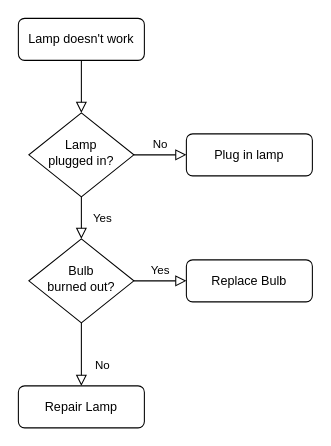
Earlier version of the draw.io diagram Untitled Diagram.drawio (Bright-Hsu/learn). Source tidied: cells renumbered, new cells numbered last; positions are measured from the earlier drawing's top-left corner, leaving out a move shared by most shapes. Both pictures are drawn from the tidied source at 105%, with x=0, y=0 at pixel (18, 18).
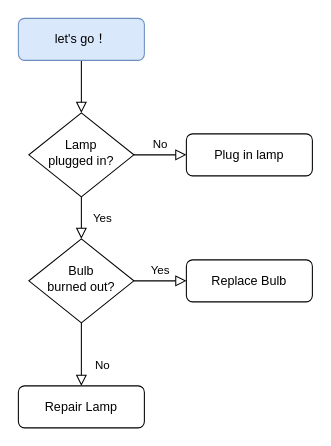
The same diagram, later.

What changed in the source:
```diff
@@
 <mxGraphModel>
   <root>
     <mxCell id="0" />
     <mxCell id="1" parent="0" />
     <mxCell id="2" style="rounded=0;html=1;jettySize=auto;fontSize=11;endArrow=block;endFill=0;endSize=8;strokeWidth=1;shadow=0;labelBackgroundColor=none;edgeStyle=orthogonalEdgeStyle;" parent="1" edge="1" source="3" target="6">
       <mxGeometry relative="1" as="geometry" />
     </mxCell>
-    <mxCell id="3" value="Lamp doesn't work" style="rounded=1;whiteSpace=wrap;html=1;fontSize=12;glass=0;strokeWidth=1;shadow=0;" parent="1" vertex="1">
+    <mxCell id="3" value="let's go！" style="rounded=1;whiteSpace=wrap;html=1;fontSize=12;glass=0;strokeWidth=1;shadow=0;fillColor=#dae8fc;strokeColor=#6c8ebf;" parent="1" vertex="1">
       <mxGeometry width="120" height="40" as="geometry" />
     </mxCell>
     <mxCell id="4" value="Yes" style="rounded=0;html=1;jettySize=auto;fontSize=11;endArrow=block;endFill=0;endSize=8;strokeWidth=1;shadow=0;labelBackgroundColor=none;edgeStyle=orthogonalEdgeStyle;" parent="1" edge="1" source="6" target="10">
       <mxGeometry y="20" relative="1" as="geometry" />
     </mxCell>
     <mxCell id="5" value="No" style="edgeStyle=orthogonalEdgeStyle;rounded=0;html=1;jettySize=auto;fontSize=11;endArrow=block;endFill=0;endSize=8;strokeWidth=1;shadow=0;labelBackgroundColor=none;" parent="1" edge="1" source="6" target="7">
       <mxGeometry y="10" relative="1" as="geometry" />
     </mxCell>
     <mxCell id="6" value="Lamp&lt;br&gt;plugged in?" style="rhombus;whiteSpace=wrap;html=1;shadow=0;fontFamily=Helvetica;fontSize=12;align=center;strokeWidth=1;spacing=6;spacingTop=-4;" parent="1" vertex="1">
       <mxGeometry x="10" y="90" width="100" height="80" as="geometry" />
     </mxCell>
     <mxCell id="7" value="Plug in lamp" style="rounded=1;whiteSpace=wrap;html=1;fontSize=12;glass=0;strokeWidth=1;shadow=0;" parent="1" vertex="1">
       <mxGeometry x="160" y="110" width="120" height="40" as="geometry" />
     </mxCell>
     <mxCell id="8" value="No" style="rounded=0;html=1;jettySize=auto;fontSize=11;endArrow=block;endFill=0;endSize=8;strokeWidth=1;shadow=0;labelBackgroundColor=none;edgeStyle=orthogonalEdgeStyle;" parent="1" edge="1" source="10" target="11">
       <mxGeometry x="0.33" y="20" relative="1" as="geometry" />
     </mxCell>
     <mxCell id="9" value="Yes" style="edgeStyle=orthogonalEdgeStyle;rounded=0;html=1;jettySize=auto;fontSize=11;endArrow=block;endFill=0;endSize=8;strokeWidth=1;shadow=0;labelBackgroundColor=none;" parent="1" edge="1" source="10" target="12">
       <mxGeometry y="10" relative="1" as="geometry" />
     </mxCell>
     <mxCell id="10" value="Bulb&lt;br&gt;burned out?" style="rhombus;whiteSpace=wrap;html=1;shadow=0;fontFamily=Helvetica;fontSize=12;align=center;strokeWidth=1;spacing=6;spacingTop=-4;" parent="1" vertex="1">
       <mxGeometry x="10" y="210" width="100" height="80" as="geometry" />
     </mxCell>
     <mxCell id="11" value="Repair Lamp" style="rounded=1;whiteSpace=wrap;html=1;fontSize=12;glass=0;strokeWidth=1;shadow=0;" parent="1" vertex="1">
       <mxGeometry y="350" width="120" height="40" as="geometry" />
     </mxCell>
     <mxCell id="12" value="Replace Bulb" style="rounded=1;whiteSpace=wrap;html=1;fontSize=12;glass=0;strokeWidth=1;shadow=0;" parent="1" vertex="1">
       <mxGeometry x="160" y="230" width="120" height="40" as="geometry" />
     </mxCell>
   </root>
 </mxGraphModel>
```
